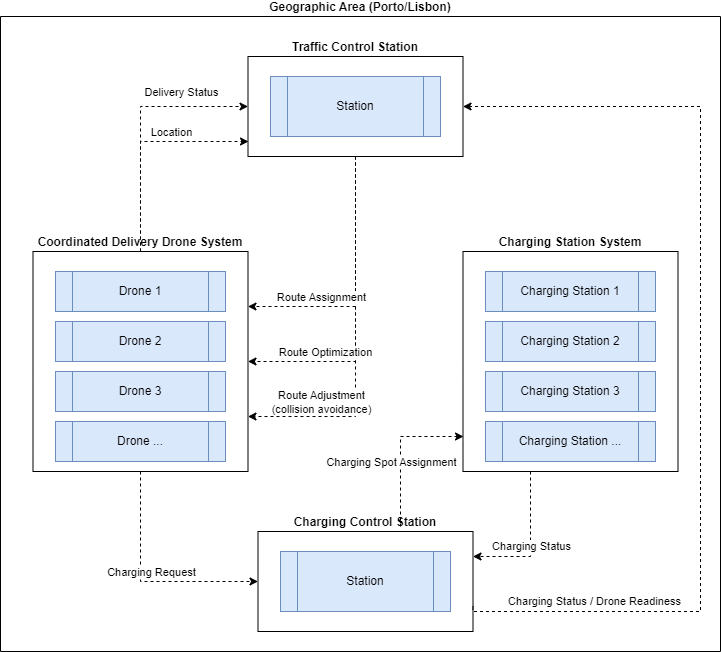
Before: Documentação/Flow_Overview_Diagram.drawio.png, a diagram exported from draw.io (reiid00/MEIA-PROJ4). Source tidied: cells renumbered, new cells last; positions are measured from the earlier drawing's top-left corner, leaving out a move shared by most shapes.
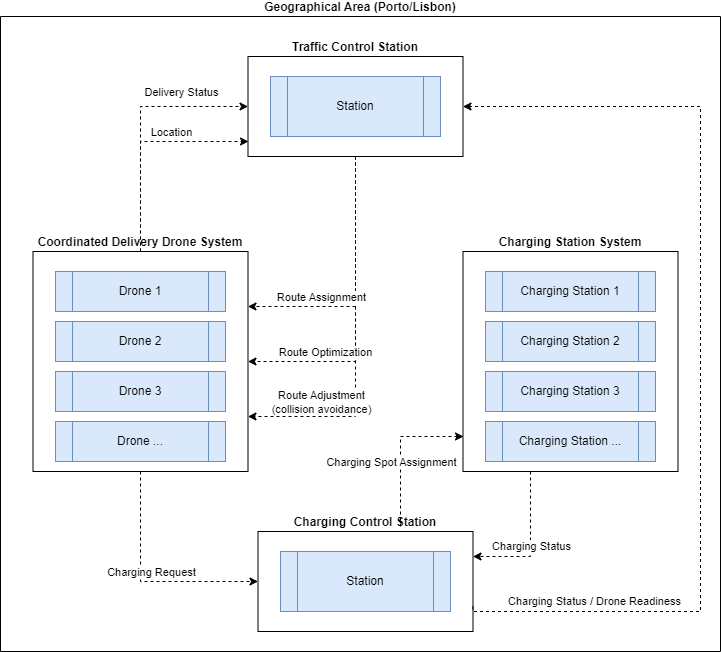
Later version of the same file.

Commit message:
light spell check update for the diagram

Change to the diagram source:
```diff
@@ -2,7 +2,7 @@
   <root>
     <mxCell id="0" />
     <mxCell id="1" parent="0" />
-    <mxCell id="2" value="Geographic Area (Porto/Lisbon)" style="swimlane;startSize=0;spacingTop=-20;swimlaneFillColor=none;" parent="1" vertex="1">
+    <mxCell id="2" value="Geographical Area (Porto/Lisbon)" style="swimlane;startSize=0;spacingTop=-20;swimlaneFillColor=none;" parent="1" vertex="1">
       <mxGeometry width="720" height="635" as="geometry" />
     </mxCell>
     <mxCell id="3" style="edgeStyle=orthogonalEdgeStyle;rounded=0;jettySize=auto;html=1;entryX=1;entryY=0.75;entryDx=0;entryDy=0;dashed=1;" parent="2" edge="1" source="9" target="17">
```
